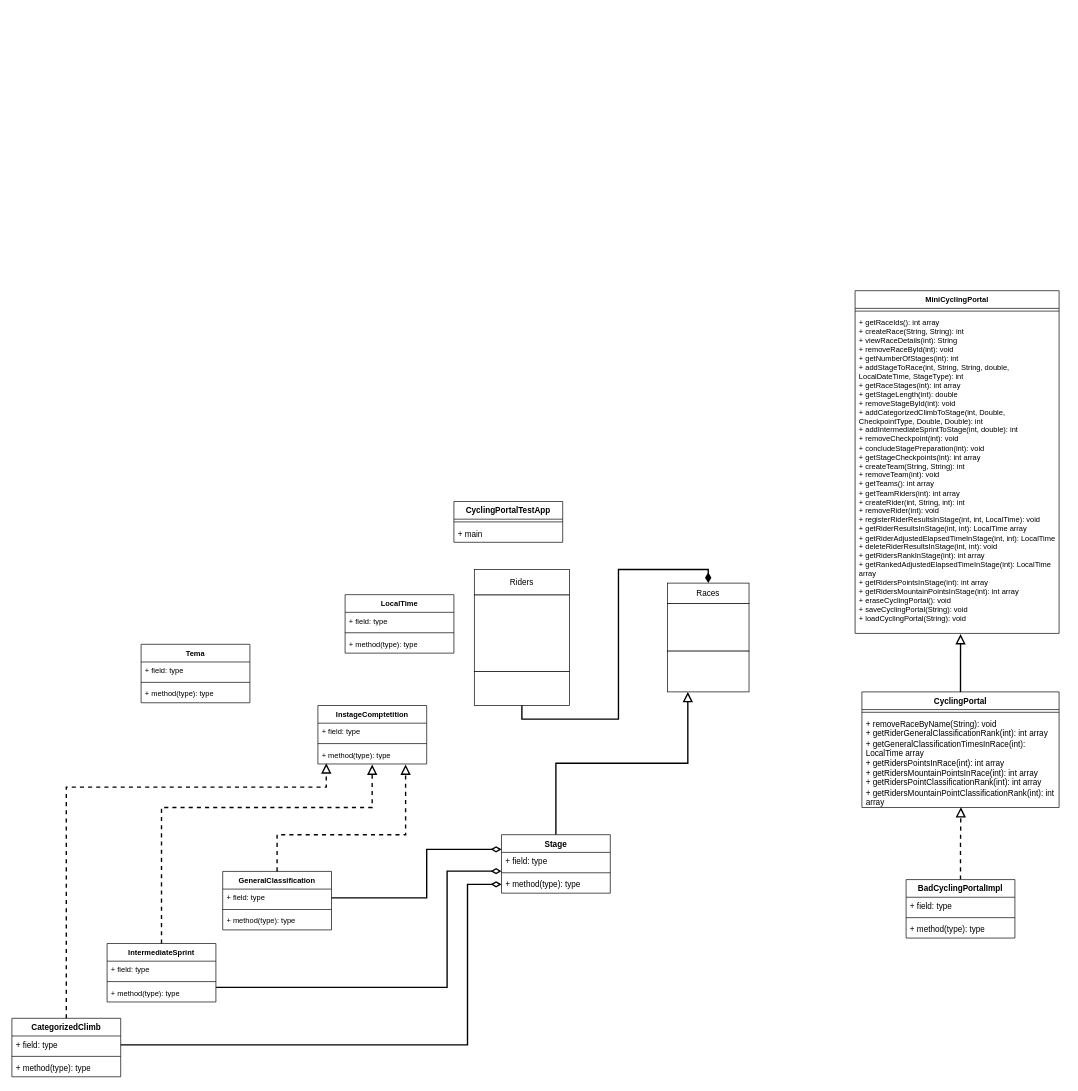
Negativity7477/Bike-Racing keeps this draw.io diagram as OOPCyclingUML.drawio. Above is the earlier version. Source tidied: cells renumbered, new cells numbered last; positions are measured from the earlier drawing's top-left corner, leaving out a move shared by most shapes. Both pictures are drawn from the tidied source at 68%, with x=0, y=0 at pixel (12, 290).
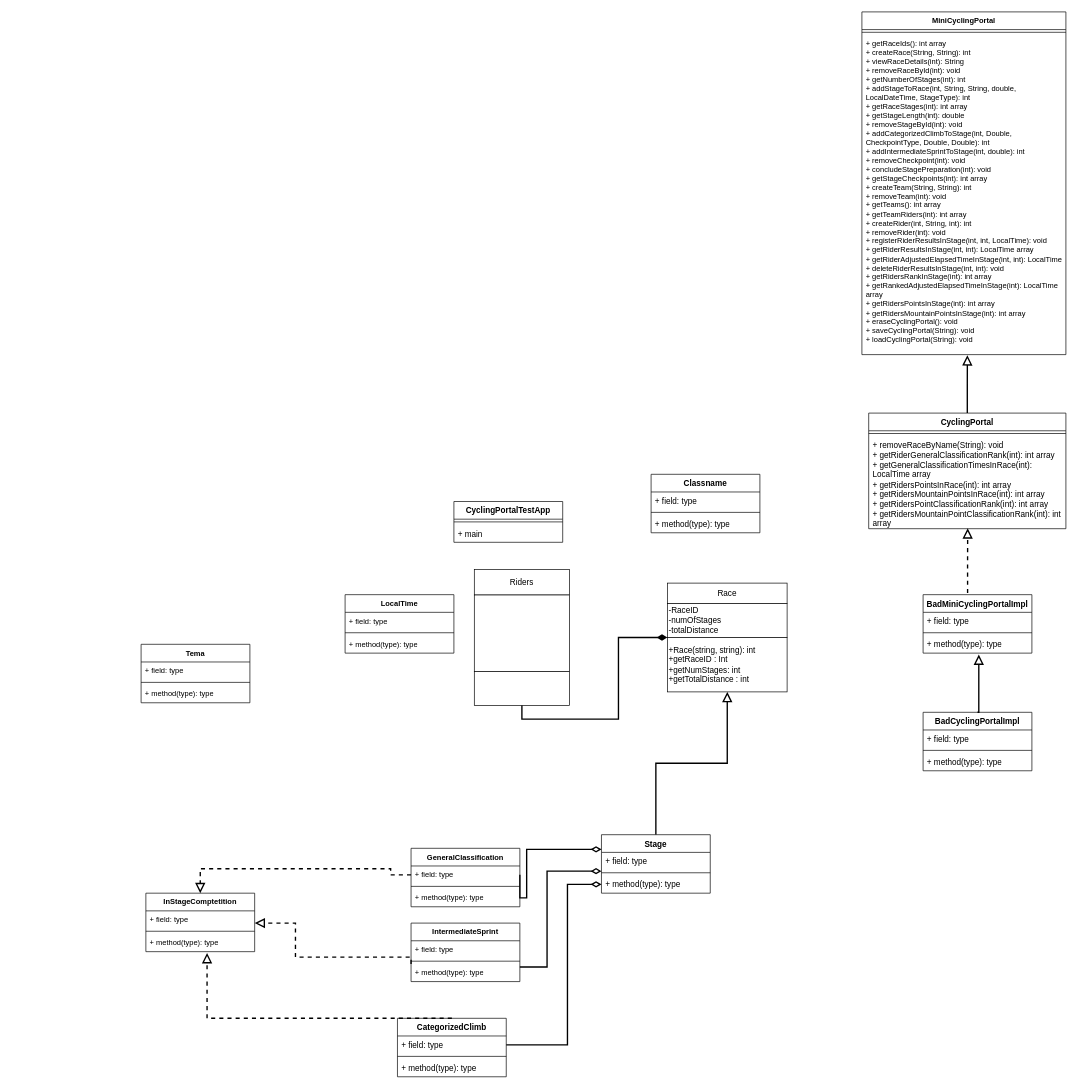
The same page after the edit.

Unchanged cells that the change refers to:
```xml
<mxCell id="8" style="rounded=0;whiteSpace=wrap;html=1;" parent="5" vertex="1">
  <mxGeometry y="150" width="140" height="50" as="geometry" />
</mxCell>
<mxCell id="16" value="+ removeRaceByName(String): void&lt;br&gt;+ getRiderGeneralClassificationRank(int): int array&lt;br&gt;+ getGeneralClassificationTimesInRace(int): LocalTime array&lt;br&gt;+ getRidersPointsInRace(int): int array&lt;br&gt;+ getRidersMountainPointsInRace(int): int array&lt;br&gt;+ getRidersPointClassificationRank(int): int array&lt;br&gt;+ getRidersMountainPointClassificationRank(int): int array" style="text;strokeColor=none;fillColor=none;align=left;verticalAlign=top;spacingLeft=4;spacingRight=4;overflow=hidden;points=[[0,0.5],[1,0.5]];portConstraint=eastwest;whiteSpace=wrap;html=1;" parent="14" vertex="1">
  <mxGeometry y="34" width="290" height="136" as="geometry" />
</mxCell>
<mxCell id="27" value="+ field: type" style="text;strokeColor=none;fillColor=none;align=left;verticalAlign=top;spacingLeft=4;spacingRight=4;overflow=hidden;points=[[0,0.5],[1,0.5]];portConstraint=eastwest;whiteSpace=wrap;html=1;" parent="26" vertex="1">
  <mxGeometry y="26" width="160" height="26" as="geometry" />
</mxCell>
<mxCell id="29" value="+ method(type): type" style="text;strokeColor=none;fillColor=none;align=left;verticalAlign=top;spacingLeft=4;spacingRight=4;overflow=hidden;points=[[0,0.5],[1,0.5]];portConstraint=eastwest;whiteSpace=wrap;html=1;" parent="26" vertex="1">
  <mxGeometry y="60" width="160" height="26" as="geometry" />
</mxCell>
<mxCell id="31" value="+ field: type" style="text;strokeColor=none;fillColor=none;align=left;verticalAlign=top;spacingLeft=4;spacingRight=4;overflow=hidden;points=[[0,0.5],[1,0.5]];portConstraint=eastwest;whiteSpace=wrap;html=1;" parent="30" vertex="1">
  <mxGeometry y="26" width="160" height="26" as="geometry" />
</mxCell>
<mxCell id="38" value="+ method(type): type" style="text;strokeColor=none;fillColor=none;align=left;verticalAlign=top;spacingLeft=4;spacingRight=4;overflow=hidden;points=[[0,0.5],[1,0.5]];portConstraint=eastwest;whiteSpace=wrap;html=1;fontFamily=Helvetica;fontSize=11;fontColor=default;labelBackgroundColor=default;" parent="35" vertex="1">
  <mxGeometry y="60" width="160" height="26" as="geometry" />
</mxCell>
<mxCell id="55" value="+ field: type" style="text;strokeColor=none;fillColor=none;align=left;verticalAlign=top;spacingLeft=4;spacingRight=4;overflow=hidden;points=[[0,0.5],[1,0.5]];portConstraint=eastwest;whiteSpace=wrap;html=1;fontFamily=Helvetica;fontSize=11;fontColor=default;labelBackgroundColor=default;" parent="54" vertex="1">
  <mxGeometry y="26" width="160" height="26" as="geometry" />
</mxCell>
```

The edit, as a diff of the source:
```diff
@@
     <mxCell id="9" style="group;" parent="1" vertex="1">
-      <mxGeometry x="964" y="430" width="120" height="160" as="geometry" />
+      <mxGeometry x="964" y="430" width="176" height="160" as="geometry" />
     </mxCell>
-    <mxCell id="10" value="Races" style="rounded=0;whiteSpace=wrap;html=1;" parent="9" vertex="1">
-      <mxGeometry width="120" height="30" as="geometry" />
+    <mxCell id="10" value="Race" style="rounded=0;whiteSpace=wrap;html=1;" parent="9" vertex="1">
+      <mxGeometry width="176" height="30" as="geometry" />
     </mxCell>
-    <mxCell id="11" style="rounded=0;whiteSpace=wrap;html=1;align=left;" parent="9" vertex="1">
-      <mxGeometry y="30" width="120" height="70" as="geometry" />
+    <mxCell id="11" value="-RaceID&lt;div&gt;-numOfStages&lt;/div&gt;&lt;div&gt;-totalDistance&lt;br&gt;&lt;/div&gt;" style="rounded=0;whiteSpace=wrap;html=1;align=left;" parent="9" vertex="1">
+      <mxGeometry y="30" width="176" height="50" as="geometry" />
     </mxCell>
-    <mxCell id="12" style="rounded=0;whiteSpace=wrap;html=1;" parent="9" vertex="1">
-      <mxGeometry y="100" width="120" height="60" as="geometry" />
+    <mxCell id="12" value="+Race(string, string): int&lt;br&gt;&lt;div align=&quot;left&quot;&gt;+getRaceID : Int &lt;br&gt;&lt;/div&gt;&lt;div align=&quot;left&quot;&gt;+getNumStages: int&lt;/div&gt;&lt;div align=&quot;left&quot;&gt;+getTotalDistance : int&lt;br&gt;&lt;/div&gt;" style="rounded=0;whiteSpace=wrap;html=1;align=left;" parent="9" vertex="1">
+      <mxGeometry y="80" width="176" height="80" as="geometry" />
     </mxCell>
-    <mxCell id="13" style="endArrow=block;html=1;rounded=0;exitX=0.5;exitY=0;exitDx=0;exitDy=0;entryX=0.25;entryY=1;entryDx=0;entryDy=0;endFill=0;strokeWidth=2;endSize=10;startSize=10;edgeStyle=orthogonalEdgeStyle;" parent="1" edge="1" source="26" target="12">
+    <mxCell id="13" style="endArrow=block;html=1;rounded=0;exitX=0.5;exitY=0;exitDx=0;exitDy=0;entryX=0.5;entryY=1;entryDx=0;entryDy=0;endFill=0;strokeWidth=2;endSize=10;startSize=10;edgeStyle=orthogonalEdgeStyle;" parent="1" edge="1" source="26" target="12">
       <mxGeometry relative="1" as="geometry" />
     </mxCell>
     <mxCell id="14" value="CyclingPortal" style="swimlane;fontStyle=1;align=center;verticalAlign=top;horizontal=1;startSize=26;whiteSpace=wrap;html=1;" parent="1" vertex="1">
-      <mxGeometry x="1250" y="590" width="290" height="170" as="geometry" />
+      <mxGeometry x="1260" y="180" width="290" height="170" as="geometry" />
     </mxCell>
@@
-    <mxCell id="17" style="edgeStyle=orthogonalEdgeStyle;rounded=0;jettySize=auto;html=1;exitX=0.5;exitY=0;exitDx=0;exitDy=0;strokeColor=default;strokeWidth=2;align=center;verticalAlign=middle;fontFamily=Helvetica;fontSize=11;fontColor=default;labelBackgroundColor=default;startSize=10;endArrow=block;endFill=0;endSize=10;dashed=1;entryX=0.502;entryY=0.996;entryDx=0;entryDy=0;entryPerimeter=0;" parent="1" edge="1" source="18" target="16">
+    <mxCell id="17" style="edgeStyle=orthogonalEdgeStyle;rounded=0;jettySize=auto;html=1;strokeColor=default;strokeWidth=2;align=center;verticalAlign=middle;fontFamily=Helvetica;fontSize=11;fontColor=default;labelBackgroundColor=default;startSize=10;endArrow=block;endFill=0;endSize=10;dashed=1;entryX=0.502;entryY=0.996;entryDx=0;entryDy=0;entryPerimeter=0;exitX=0.409;exitY=-0.029;exitDx=0;exitDy=0;exitPerimeter=0;" parent="1" edge="1" source="61" target="16">
       <mxGeometry relative="1" as="geometry" />
     </mxCell>
     <mxCell id="18" value="BadCyclingPortalImpl" style="swimlane;fontStyle=1;align=center;verticalAlign=top;horizontal=1;startSize=26;whiteSpace=wrap;html=1;" parent="1" vertex="1">
-      <mxGeometry x="1315" y="866" width="160" height="86" as="geometry" />
+      <mxGeometry x="1340" y="620" width="160" height="86" as="geometry" />
     </mxCell>
@@
     <mxCell id="22" value="MiniCyclingPortal" style="swimlane;fontStyle=1;align=center;verticalAlign=top;horizontal=1;startSize=26;whiteSpace=wrap;html=1;fontFamily=Helvetica;fontSize=11;fontColor=default;labelBackgroundColor=default;" parent="1" vertex="1">
-      <mxGeometry x="1240" width="300" height="504" as="geometry" />
+      <mxGeometry x="1250" y="-410" width="300" height="504" as="geometry" />
     </mxCell>
@@
     <mxCell id="26" value="Stage" style="swimlane;fontStyle=1;align=center;verticalAlign=top;horizontal=1;startSize=26;whiteSpace=wrap;html=1;" parent="1" vertex="1">
-      <mxGeometry x="720" y="800" width="160" height="86" as="geometry" />
+      <mxGeometry x="867" y="800" width="160" height="86" as="geometry" />
     </mxCell>
@@
     <mxCell id="30" value="CategorizedClimb" style="swimlane;fontStyle=1;align=center;verticalAlign=top;horizontal=1;startSize=26;whiteSpace=wrap;html=1;" parent="1" vertex="1">
-      <mxGeometry y="1070" width="160" height="86" as="geometry" />
+      <mxGeometry x="567" y="1070" width="160" height="86" as="geometry" />
     </mxCell>
@@
     <mxCell id="34" style="edgeStyle=orthogonalEdgeStyle;rounded=0;jettySize=auto;html=1;exitX=1;exitY=0.5;exitDx=0;exitDy=0;entryX=0;entryY=0.5;entryDx=0;entryDy=0;strokeColor=default;strokeWidth=2;align=center;verticalAlign=middle;fontFamily=Helvetica;fontSize=11;fontColor=default;labelBackgroundColor=default;startSize=10;endArrow=diamondThin;endFill=0;endSize=10;" parent="1" edge="1" source="31" target="29">
       <mxGeometry relative="1" as="geometry">
         <Array as="points">
-          <mxPoint x="670" y="1109" />
-          <mxPoint x="670" y="873" />
+          <mxPoint x="817" y="1109" />
+          <mxPoint x="817" y="873" />
         </Array>
       </mxGeometry>
     </mxCell>
-    <mxCell id="35" value="InstageComptetition" style="swimlane;fontStyle=1;align=center;verticalAlign=top;horizontal=1;startSize=26;whiteSpace=wrap;html=1;fontFamily=Helvetica;fontSize=11;fontColor=default;labelBackgroundColor=default;" parent="1" vertex="1">
-      <mxGeometry x="450" y="610" width="160" height="86" as="geometry" />
+    <mxCell id="35" value="InStageComptetition" style="swimlane;fontStyle=1;align=center;verticalAlign=top;horizontal=1;startSize=26;whiteSpace=wrap;html=1;fontFamily=Helvetica;fontSize=11;fontColor=default;labelBackgroundColor=default;" parent="1" vertex="1">
+      <mxGeometry x="197" y="886" width="160" height="86" as="geometry" />
     </mxCell>
@@
-    <mxCell id="39" style="edgeStyle=orthogonalEdgeStyle;rounded=0;jettySize=auto;html=1;exitX=0.5;exitY=0;exitDx=0;exitDy=0;entryX=0.077;entryY=0.964;entryDx=0;entryDy=0;entryPerimeter=0;strokeColor=default;strokeWidth=2;align=center;verticalAlign=middle;fontFamily=Helvetica;fontSize=11;fontColor=default;labelBackgroundColor=default;startSize=10;endArrow=block;endFill=0;endSize=10;dashed=1;" parent="1" edge="1" source="30" target="38">
+    <mxCell id="39" style="edgeStyle=orthogonalEdgeStyle;rounded=0;jettySize=auto;html=1;exitX=0.5;exitY=0;exitDx=0;exitDy=0;strokeColor=default;strokeWidth=2;align=center;verticalAlign=middle;fontFamily=Helvetica;fontSize=11;fontColor=default;labelBackgroundColor=default;startSize=10;endArrow=block;endFill=0;endSize=10;dashed=1;" parent="1" edge="1" source="30">
       <mxGeometry relative="1" as="geometry">
+        <mxPoint x="287" y="974" as="targetPoint" />
         <Array as="points">
-          <mxPoint x="260" y="730" />
-          <mxPoint x="462" y="730" />
-          <mxPoint x="462" y="695" />
+          <mxPoint x="287" y="1070" />
         </Array>
       </mxGeometry>
     </mxCell>
     <mxCell id="40" value="IntermediateSprint" style="swimlane;fontStyle=1;align=center;verticalAlign=top;horizontal=1;startSize=26;whiteSpace=wrap;html=1;fontFamily=Helvetica;fontSize=11;fontColor=default;labelBackgroundColor=default;" parent="1" vertex="1">
-      <mxGeometry x="140" y="960" width="160" height="86" as="geometry" />
+      <mxGeometry x="587" y="930" width="160" height="86" as="geometry" />
     </mxCell>
@@
-    <mxCell id="44" style="edgeStyle=orthogonalEdgeStyle;rounded=0;jettySize=auto;html=1;exitX=0.5;exitY=0;exitDx=0;exitDy=0;entryX=0.499;entryY=1.036;entryDx=0;entryDy=0;entryPerimeter=0;strokeColor=default;strokeWidth=2;align=center;verticalAlign=middle;fontFamily=Helvetica;fontSize=11;fontColor=default;labelBackgroundColor=default;startSize=10;endArrow=block;endFill=0;endSize=10;dashed=1;" parent="1" edge="1" source="40" target="38">
+    <mxCell id="44" style="edgeStyle=orthogonalEdgeStyle;rounded=0;orthogonalLoop=1;jettySize=auto;html=1;strokeColor=default;strokeWidth=2;align=center;verticalAlign=middle;fontFamily=Helvetica;fontSize=11;fontColor=default;labelBackgroundColor=default;startSize=10;endArrow=block;endFill=0;endSize=10;dashed=1;" parent="1" edge="1">
       <mxGeometry relative="1" as="geometry">
+        <mxPoint x="587" y="990" as="sourcePoint" />
+        <mxPoint x="357" y="930" as="targetPoint" />
         <Array as="points">
-          <mxPoint x="220" y="760" />
-          <mxPoint x="530" y="760" />
+          <mxPoint x="587" y="990" />
+          <mxPoint x="587" y="980" />
+          <mxPoint x="417" y="980" />
+          <mxPoint x="417" y="930" />
         </Array>
       </mxGeometry>
     </mxCell>
     <mxCell id="45" style="edgeStyle=orthogonalEdgeStyle;rounded=0;jettySize=auto;html=1;exitX=1;exitY=0.75;exitDx=0;exitDy=0;entryX=0;entryY=1.062;entryDx=0;entryDy=0;entryPerimeter=0;strokeColor=default;strokeWidth=2;align=center;verticalAlign=middle;fontFamily=Helvetica;fontSize=11;fontColor=default;labelBackgroundColor=default;startSize=10;endArrow=diamondThin;endFill=0;endSize=10;" parent="1" edge="1" source="40" target="27">
       <mxGeometry relative="1" as="geometry">
         <Array as="points">
-          <mxPoint x="640" y="1025" />
-          <mxPoint x="640" y="854" />
-          <mxPoint x="720" y="854" />
+          <mxPoint x="787" y="995" />
+          <mxPoint x="787" y="854" />
         </Array>
       </mxGeometry>
     </mxCell>
@@
     <mxCell id="54" value="GeneralClassification" style="swimlane;fontStyle=1;align=center;verticalAlign=top;horizontal=1;startSize=26;whiteSpace=wrap;html=1;fontFamily=Helvetica;fontSize=11;fontColor=default;labelBackgroundColor=default;" parent="1" vertex="1">
-      <mxGeometry x="310" y="854" width="160" height="86" as="geometry" />
+      <mxGeometry x="587" y="820" width="160" height="86" as="geometry" />
     </mxCell>
@@
-    <mxCell id="58" style="edgeStyle=orthogonalEdgeStyle;rounded=0;jettySize=auto;html=1;exitX=0.5;exitY=1;exitDx=0;exitDy=0;entryX=0.5;entryY=0;entryDx=0;entryDy=0;strokeColor=default;strokeWidth=2;align=center;verticalAlign=middle;fontFamily=Helvetica;fontSize=11;fontColor=default;labelBackgroundColor=default;startSize=10;endArrow=diamondThin;endFill=1;endSize=10;" parent="1" edge="1" source="8" target="10">
-      <mxGeometry relative="1" as="geometry" />
+    <mxCell id="58" style="edgeStyle=orthogonalEdgeStyle;rounded=0;jettySize=auto;html=1;exitX=0.5;exitY=1;exitDx=0;exitDy=0;entryX=0;entryY=0;entryDx=0;entryDy=0;strokeColor=default;strokeWidth=2;align=center;verticalAlign=middle;fontFamily=Helvetica;fontSize=11;fontColor=default;labelBackgroundColor=default;startSize=10;endArrow=diamondThin;endFill=1;endSize=10;" parent="1" edge="1" source="8" target="12">
+      <mxGeometry relative="1" as="geometry">
+        <Array as="points">
+          <mxPoint x="750" y="630" />
+          <mxPoint x="892" y="630" />
+          <mxPoint x="892" y="510" />
+        </Array>
+      </mxGeometry>
     </mxCell>
-    <mxCell id="59" style="edgeStyle=orthogonalEdgeStyle;rounded=0;jettySize=auto;html=1;exitX=0.5;exitY=0;exitDx=0;exitDy=0;entryX=0.806;entryY=1.031;entryDx=0;entryDy=0;entryPerimeter=0;strokeColor=default;strokeWidth=2;align=center;verticalAlign=middle;fontFamily=Helvetica;fontSize=11;fontColor=default;labelBackgroundColor=default;startSize=10;endArrow=block;endFill=0;endSize=10;dashed=1;" parent="1" edge="1" source="54" target="38">
+    <mxCell id="59" style="edgeStyle=orthogonalEdgeStyle;rounded=0;jettySize=auto;html=1;entryX=0.5;entryY=0;entryDx=0;entryDy=0;strokeColor=default;strokeWidth=2;align=center;verticalAlign=middle;fontFamily=Helvetica;fontSize=11;fontColor=default;labelBackgroundColor=default;startSize=10;endArrow=block;endFill=0;endSize=10;dashed=1;exitX=0;exitY=0.5;exitDx=0;exitDy=0;" parent="1" edge="1" source="55" target="35">
       <mxGeometry relative="1" as="geometry">
         <Array as="points">
-          <mxPoint x="390" y="800" />
-          <mxPoint x="579" y="800" />
+          <mxPoint x="557" y="859" />
+          <mxPoint x="557" y="850" />
+          <mxPoint x="277" y="850" />
         </Array>
       </mxGeometry>
     </mxCell>
     <mxCell id="60" style="edgeStyle=orthogonalEdgeStyle;rounded=0;jettySize=auto;html=1;exitX=1;exitY=0.5;exitDx=0;exitDy=0;entryX=0;entryY=0.25;entryDx=0;entryDy=0;strokeColor=default;strokeWidth=2;align=center;verticalAlign=middle;fontFamily=Helvetica;fontSize=11;fontColor=default;labelBackgroundColor=default;startSize=10;endArrow=diamondThin;endFill=0;endSize=10;" parent="1" edge="1" source="55" target="26">
       <mxGeometry relative="1" as="geometry">
         <Array as="points">
-          <mxPoint x="610" y="893" />
-          <mxPoint x="610" y="822" />
+          <mxPoint x="757" y="893" />
+          <mxPoint x="757" y="822" />
         </Array>
       </mxGeometry>
     </mxCell>
+    <mxCell id="61" value="BadMiniCyclingPortalImpl" style="swimlane;fontStyle=1;align=center;verticalAlign=top;horizontal=1;startSize=26;whiteSpace=wrap;html=1;" parent="1" vertex="1">
+      <mxGeometry x="1340" y="447" width="160" height="86" as="geometry" />
+    </mxCell>
+    <mxCell id="62" value="+ field: type" style="text;strokeColor=none;fillColor=none;align=left;verticalAlign=top;spacingLeft=4;spacingRight=4;overflow=hidden;whiteSpace=wrap;html=1;" parent="61" vertex="1">
+      <mxGeometry y="26" width="160" height="26" as="geometry" />
+    </mxCell>
+    <mxCell id="63" style="line;strokeWidth=1;fillColor=none;align=left;verticalAlign=middle;spacingTop=-1;spacingLeft=3;spacingRight=3;labelPosition=right;strokeColor=inherit;" parent="61" vertex="1">
+      <mxGeometry y="52" width="160" height="8" as="geometry" />
+    </mxCell>
+    <mxCell id="64" value="+ method(type): type" style="text;strokeColor=none;fillColor=none;align=left;verticalAlign=top;spacingLeft=4;spacingRight=4;overflow=hidden;points=[[0,0.5],[1,0.5]];portConstraint=eastwest;whiteSpace=wrap;html=1;" parent="61" vertex="1">
+      <mxGeometry y="60" width="160" height="26" as="geometry" />
+    </mxCell>
+    <mxCell id="65" style="edgeStyle=orthogonalEdgeStyle;rounded=0;jettySize=auto;html=1;exitX=0.5;exitY=0;exitDx=0;exitDy=0;entryX=0.512;entryY=1.081;entryDx=0;entryDy=0;entryPerimeter=0;strokeColor=default;strokeWidth=2;align=center;verticalAlign=middle;fontFamily=Helvetica;fontSize=11;fontColor=default;labelBackgroundColor=default;startSize=10;endArrow=block;endFill=0;endSize=10;" parent="1" edge="1" source="18" target="64">
+      <mxGeometry relative="1" as="geometry">
+        <Array as="points">
+          <mxPoint x="1422" y="620" />
+        </Array>
+      </mxGeometry>
+    </mxCell>
+    <mxCell id="66" value="Classname" style="swimlane;fontStyle=1;align=center;verticalAlign=top;horizontal=1;startSize=26;whiteSpace=wrap;html=1;" parent="1" vertex="1">
+      <mxGeometry x="940" y="270" width="160" height="86" as="geometry" />
+    </mxCell>
+    <mxCell id="67" value="+ field: type" style="text;strokeColor=none;fillColor=none;align=left;verticalAlign=top;spacingLeft=4;spacingRight=4;overflow=hidden;whiteSpace=wrap;html=1;" parent="66" vertex="1">
+      <mxGeometry y="26" width="160" height="26" as="geometry" />
+    </mxCell>
+    <mxCell id="68" style="line;strokeWidth=1;fillColor=none;align=left;verticalAlign=middle;spacingTop=-1;spacingLeft=3;spacingRight=3;labelPosition=right;strokeColor=inherit;" parent="66" vertex="1">
+      <mxGeometry y="52" width="160" height="8" as="geometry" />
+    </mxCell>
+    <mxCell id="69" value="+ method(type): type" style="text;strokeColor=none;fillColor=none;align=left;verticalAlign=top;spacingLeft=4;spacingRight=4;overflow=hidden;whiteSpace=wrap;html=1;" parent="66" vertex="1">
+      <mxGeometry y="60" width="160" height="26" as="geometry" />
+    </mxCell>
```
